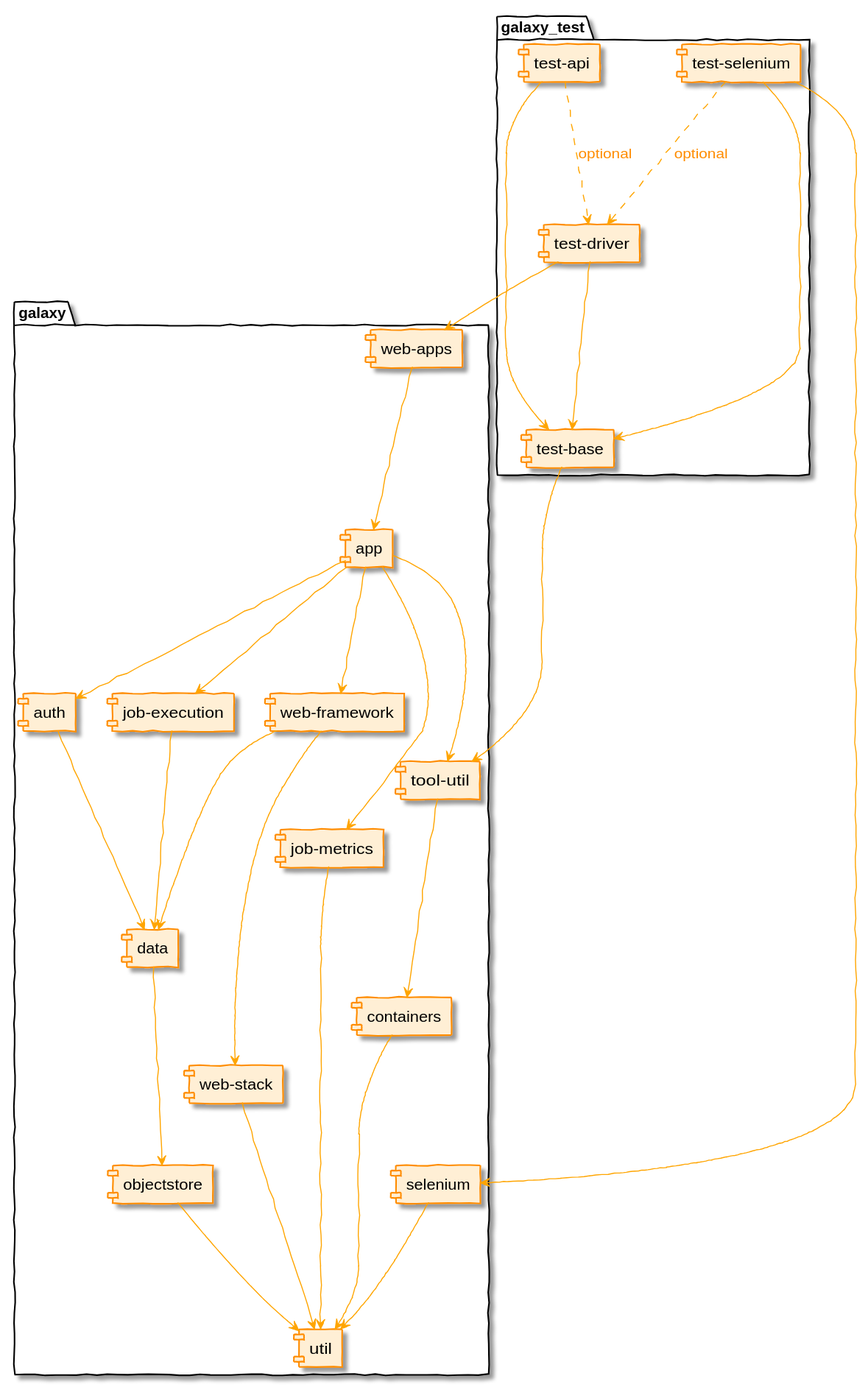
Above: topics/dev/images/core_packages.plantuml.svg in pavanvidem/training-material (PlantUML), before the change.
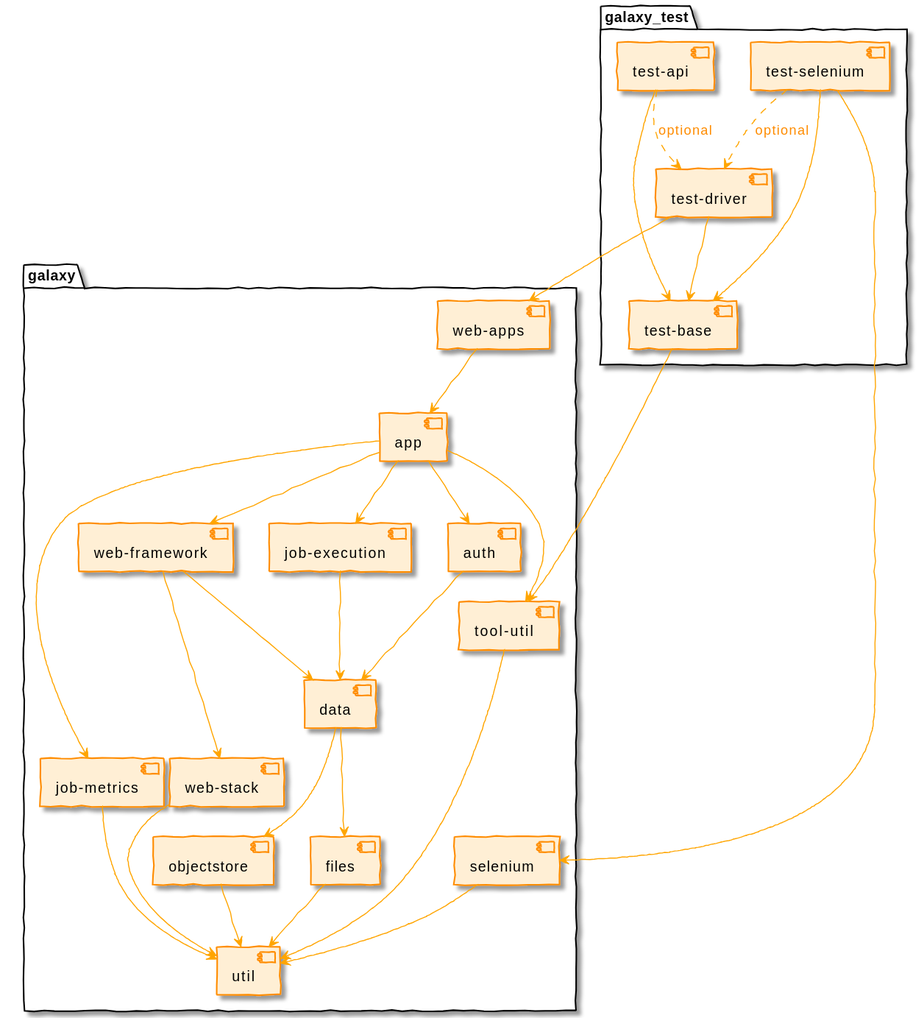
The same diagram one commit later.

Change to the diagram source:
```diff
@@ -5,7 +5,7 @@
 package galaxy {
 component util
 component auth
-component containers
+component files
 component data
 component [job-execution] as job_execution
 component [job-metrics] as job_metrics
@@ -26,10 +26,12 @@
     component [test-selenium] as test_selenium
 }
 
-[containers] --> [util]
-[tool_util] --> [containers]
+
+[tool_util] --> [util]
+[files] --> [util]
 [objectstore] --> [util]
 [data] --> [objectstore]
+[data] --> [files]
 [selenium] --> [util]
 [web_stack] --> [util]
 [job_metrics] --> [util]
```
